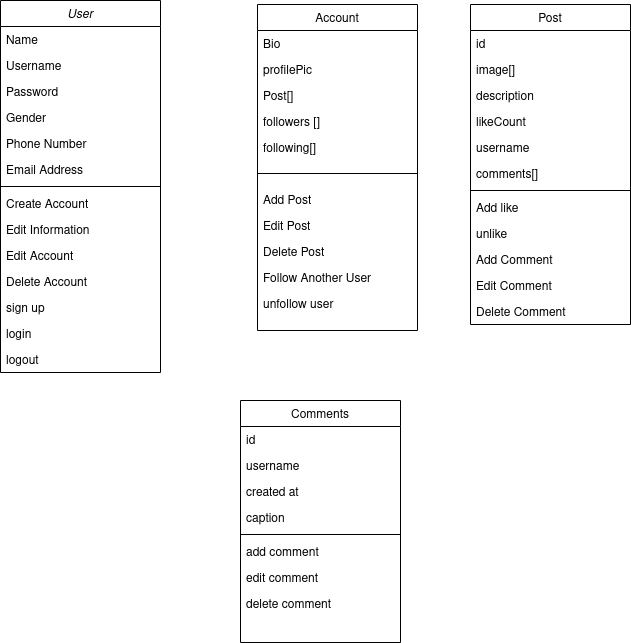
This is NetworkUML.drawio.png from MVBDX/social_media, a draw.io export, as it was before one commit. Source tidied: cells renumbered, new cells last; positions are measured from the earlier drawing's top-left corner, leaving out a move shared by most shapes.
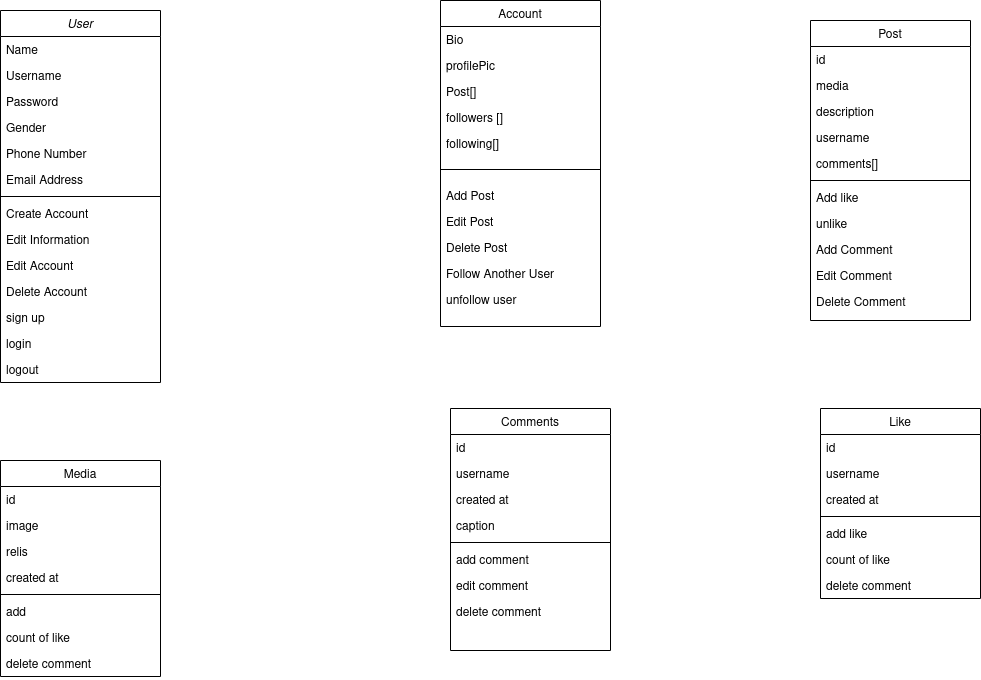
Above is the later version.

Diff of the diagram source:
```diff
@@ -3,7 +3,7 @@
     <mxCell id="0" />
     <mxCell id="1" parent="0" />
     <mxCell id="2" value="User" style="swimlane;fontStyle=2;align=center;verticalAlign=top;horizontal=1;startSize=26;rounded=0;shadow=0;strokeWidth=1;" parent="1" vertex="1">
-      <mxGeometry width="160" height="372" as="geometry" />
+      <mxGeometry y="-10" width="160" height="372" as="geometry" />
     </mxCell>
     <mxCell id="3" value="Name" style="text;align=left;verticalAlign=top;spacingLeft=4;spacingRight=4;overflow=hidden;" parent="2" vertex="1">
       <mxGeometry y="26" width="160" height="26" as="geometry" />
@@ -48,7 +48,7 @@
       <mxGeometry y="346" width="160" height="26" as="geometry" />
     </mxCell>
     <mxCell id="17" value="Account" style="swimlane;fontStyle=0;align=center;verticalAlign=top;horizontal=1;startSize=26;rounded=0;shadow=0;strokeWidth=1;" parent="1" vertex="1">
-      <mxGeometry x="257" y="4" width="160" height="326" as="geometry" />
+      <mxGeometry x="440" y="-20" width="160" height="326" as="geometry" />
     </mxCell>
     <mxCell id="18" value="Bio" style="text;align=left;verticalAlign=top;spacingLeft=4;spacingRight=4;overflow=hidden;rounded=0;shadow=0;html=0;" parent="17" vertex="1">
       <mxGeometry y="26" width="160" height="26" as="geometry" />
@@ -84,46 +84,43 @@
       <mxGeometry y="286" width="160" height="26" as="geometry" />
     </mxCell>
     <mxCell id="29" value="Post" style="swimlane;fontStyle=0;align=center;verticalAlign=top;horizontal=1;startSize=26;rounded=0;shadow=0;strokeWidth=1;" parent="1" vertex="1">
-      <mxGeometry x="470" y="4" width="160" height="320" as="geometry" />
+      <mxGeometry x="810" width="160" height="300" as="geometry" />
     </mxCell>
     <mxCell id="30" value="id" style="text;align=left;verticalAlign=top;spacingLeft=4;spacingRight=4;overflow=hidden;" parent="29" vertex="1">
       <mxGeometry y="26" width="160" height="26" as="geometry" />
     </mxCell>
-    <mxCell id="31" value="image[]" style="text;align=left;verticalAlign=top;spacingLeft=4;spacingRight=4;overflow=hidden;" parent="29" vertex="1">
+    <mxCell id="31" value="media" style="text;align=left;verticalAlign=top;spacingLeft=4;spacingRight=4;overflow=hidden;" parent="29" vertex="1">
       <mxGeometry y="52" width="160" height="26" as="geometry" />
     </mxCell>
     <mxCell id="32" value="description" style="text;align=left;verticalAlign=top;spacingLeft=4;spacingRight=4;overflow=hidden;" parent="29" vertex="1">
       <mxGeometry y="78" width="160" height="26" as="geometry" />
     </mxCell>
-    <mxCell id="33" value="likeCount" style="text;align=left;verticalAlign=top;spacingLeft=4;spacingRight=4;overflow=hidden;" parent="29" vertex="1">
-      <mxGeometry y="104" width="160" height="26" as="geometry" />
-    </mxCell>
     <mxCell id="34" value="username" style="text;align=left;verticalAlign=top;spacingLeft=4;spacingRight=4;overflow=hidden;" parent="29" vertex="1">
-      <mxGeometry y="130" width="160" height="26" as="geometry" />
+      <mxGeometry y="104" width="160" height="26" as="geometry" />
     </mxCell>
     <mxCell id="35" value="comments[]" style="text;align=left;verticalAlign=top;spacingLeft=4;spacingRight=4;overflow=hidden;" parent="29" vertex="1">
-      <mxGeometry y="156" width="160" height="26" as="geometry" />
+      <mxGeometry y="130" width="160" height="26" as="geometry" />
     </mxCell>
     <mxCell id="36" style="line;html=1;strokeWidth=1;align=left;verticalAlign=middle;spacingTop=-1;spacingLeft=3;spacingRight=3;labelPosition=right;" parent="29" vertex="1">
-      <mxGeometry y="182" width="160" height="8" as="geometry" />
+      <mxGeometry y="156" width="160" height="8" as="geometry" />
     </mxCell>
     <mxCell id="37" value="Add like" style="text;align=left;verticalAlign=top;spacingLeft=4;spacingRight=4;overflow=hidden;" parent="29" vertex="1">
-      <mxGeometry y="190" width="160" height="26" as="geometry" />
+      <mxGeometry y="164" width="160" height="26" as="geometry" />
     </mxCell>
     <mxCell id="38" value="unlike" style="text;align=left;verticalAlign=top;spacingLeft=4;spacingRight=4;overflow=hidden;" parent="29" vertex="1">
-      <mxGeometry y="216" width="160" height="26" as="geometry" />
+      <mxGeometry y="190" width="160" height="26" as="geometry" />
     </mxCell>
     <mxCell id="39" value="Add Comment" style="text;align=left;verticalAlign=top;spacingLeft=4;spacingRight=4;overflow=hidden;" parent="29" vertex="1">
-      <mxGeometry y="242" width="160" height="26" as="geometry" />
+      <mxGeometry y="216" width="160" height="26" as="geometry" />
     </mxCell>
     <mxCell id="40" value="Edit Comment" style="text;align=left;verticalAlign=top;spacingLeft=4;spacingRight=4;overflow=hidden;" parent="29" vertex="1">
-      <mxGeometry y="268" width="160" height="26" as="geometry" />
+      <mxGeometry y="242" width="160" height="26" as="geometry" />
     </mxCell>
     <mxCell id="41" value="Delete Comment" style="text;align=left;verticalAlign=top;spacingLeft=4;spacingRight=4;overflow=hidden;" parent="29" vertex="1">
-      <mxGeometry y="294" width="160" height="26" as="geometry" />
+      <mxGeometry y="268" width="160" height="26" as="geometry" />
     </mxCell>
     <mxCell id="42" value="Comments" style="swimlane;fontStyle=0;align=center;verticalAlign=top;horizontal=1;startSize=26;rounded=0;shadow=0;strokeWidth=1;" parent="1" vertex="1">
-      <mxGeometry x="240" y="400" width="160" height="242" as="geometry" />
+      <mxGeometry x="450" y="388" width="160" height="242" as="geometry" />
     </mxCell>
     <mxCell id="43" value="id" style="text;align=left;verticalAlign=top;spacingLeft=4;spacingRight=4;overflow=hidden;" parent="42" vertex="1">
       <mxGeometry y="26" width="160" height="26" as="geometry" />
@@ -149,5 +146,56 @@
     <mxCell id="50" value="delete comment" style="text;align=left;verticalAlign=top;spacingLeft=4;spacingRight=4;overflow=hidden;rounded=0;shadow=0;html=0;" parent="42" vertex="1">
       <mxGeometry y="190" width="160" height="26" as="geometry" />
     </mxCell>
+    <mxCell id="51" value="Like" style="swimlane;fontStyle=0;align=center;verticalAlign=top;horizontal=1;startSize=26;rounded=0;shadow=0;strokeWidth=1;" parent="1" vertex="1">
+      <mxGeometry x="820" y="388" width="160" height="190" as="geometry" />
+    </mxCell>
+    <mxCell id="52" value="id" style="text;align=left;verticalAlign=top;spacingLeft=4;spacingRight=4;overflow=hidden;" parent="51" vertex="1">
+      <mxGeometry y="26" width="160" height="26" as="geometry" />
+    </mxCell>
+    <mxCell id="53" value="username" style="text;align=left;verticalAlign=top;spacingLeft=4;spacingRight=4;overflow=hidden;rounded=0;shadow=0;html=0;" parent="51" vertex="1">
+      <mxGeometry y="52" width="160" height="26" as="geometry" />
+    </mxCell>
+    <mxCell id="54" value="created at" style="text;align=left;verticalAlign=top;spacingLeft=4;spacingRight=4;overflow=hidden;rounded=0;shadow=0;html=0;" parent="51" vertex="1">
+      <mxGeometry y="78" width="160" height="26" as="geometry" />
+    </mxCell>
+    <mxCell id="55" style="line;html=1;strokeWidth=1;align=left;verticalAlign=middle;spacingTop=-1;spacingLeft=3;spacingRight=3;labelPosition=right;" parent="51" vertex="1">
+      <mxGeometry y="104" width="160" height="8" as="geometry" />
+    </mxCell>
+    <mxCell id="56" value="add like" style="text;align=left;verticalAlign=top;spacingLeft=4;spacingRight=4;overflow=hidden;rounded=0;shadow=0;html=0;" parent="51" vertex="1">
+      <mxGeometry y="112" width="160" height="26" as="geometry" />
+    </mxCell>
+    <mxCell id="57" value="count of like " style="text;align=left;verticalAlign=top;spacingLeft=4;spacingRight=4;overflow=hidden;rounded=0;shadow=0;html=0;" parent="51" vertex="1">
+      <mxGeometry y="138" width="160" height="26" as="geometry" />
+    </mxCell>
+    <mxCell id="58" value="delete comment" style="text;align=left;verticalAlign=top;spacingLeft=4;spacingRight=4;overflow=hidden;rounded=0;shadow=0;html=0;" parent="51" vertex="1">
+      <mxGeometry y="164" width="160" height="26" as="geometry" />
+    </mxCell>
+    <mxCell id="59" value="Media" style="swimlane;fontStyle=0;align=center;verticalAlign=top;horizontal=1;startSize=26;rounded=0;shadow=0;strokeWidth=1;" parent="1" vertex="1">
+      <mxGeometry y="440" width="160" height="216" as="geometry" />
+    </mxCell>
+    <mxCell id="60" value="id" style="text;align=left;verticalAlign=top;spacingLeft=4;spacingRight=4;overflow=hidden;" parent="59" vertex="1">
+      <mxGeometry y="26" width="160" height="26" as="geometry" />
+    </mxCell>
+    <mxCell id="61" value="image" style="text;align=left;verticalAlign=top;spacingLeft=4;spacingRight=4;overflow=hidden;rounded=0;shadow=0;html=0;" parent="59" vertex="1">
+      <mxGeometry y="52" width="160" height="26" as="geometry" />
+    </mxCell>
+    <mxCell id="62" value="relis" style="text;align=left;verticalAlign=top;spacingLeft=4;spacingRight=4;overflow=hidden;rounded=0;shadow=0;html=0;" parent="59" vertex="1">
+      <mxGeometry y="78" width="160" height="26" as="geometry" />
+    </mxCell>
+    <mxCell id="63" value="created at" style="text;align=left;verticalAlign=top;spacingLeft=4;spacingRight=4;overflow=hidden;rounded=0;shadow=0;html=0;" parent="59" vertex="1">
+      <mxGeometry y="104" width="160" height="26" as="geometry" />
+    </mxCell>
+    <mxCell id="64" style="line;html=1;strokeWidth=1;align=left;verticalAlign=middle;spacingTop=-1;spacingLeft=3;spacingRight=3;labelPosition=right;" parent="59" vertex="1">
+      <mxGeometry y="130" width="160" height="8" as="geometry" />
+    </mxCell>
+    <mxCell id="65" value="add " style="text;align=left;verticalAlign=top;spacingLeft=4;spacingRight=4;overflow=hidden;rounded=0;shadow=0;html=0;" parent="59" vertex="1">
+      <mxGeometry y="138" width="160" height="26" as="geometry" />
+    </mxCell>
+    <mxCell id="66" value="count of like " style="text;align=left;verticalAlign=top;spacingLeft=4;spacingRight=4;overflow=hidden;rounded=0;shadow=0;html=0;" parent="59" vertex="1">
+      <mxGeometry y="164" width="160" height="26" as="geometry" />
+    </mxCell>
+    <mxCell id="67" value="delete comment" style="text;align=left;verticalAlign=top;spacingLeft=4;spacingRight=4;overflow=hidden;rounded=0;shadow=0;html=0;" parent="59" vertex="1">
+      <mxGeometry y="190" width="160" height="26" as="geometry" />
+    </mxCell>
   </root>
 </mxGraphModel>
```
